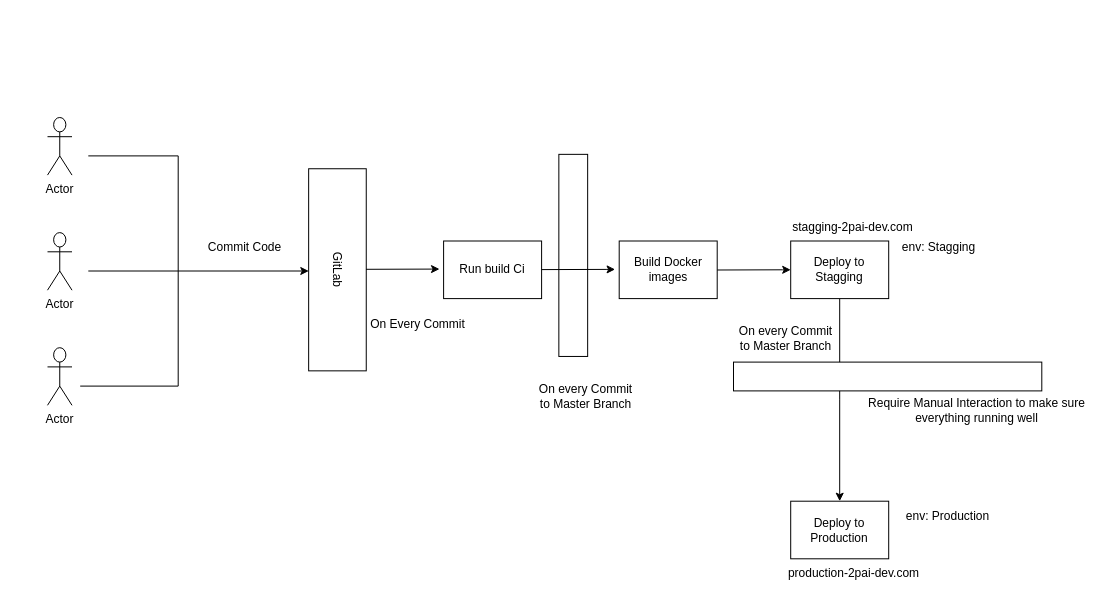
This is Architectural-Design-Test.drawio from chandrafebrian/Architectural-Design-Test-chandra-febrian-efishery, a draw.io file, before an edit. Source tidied: cells renumbered, new cells numbered last; positions are measured from the earlier drawing's top-left corner, leaving out a move shared by most shapes. Both pictures are drawn from the tidied source at 100%, with x=0, y=0 at pixel (47, 117).
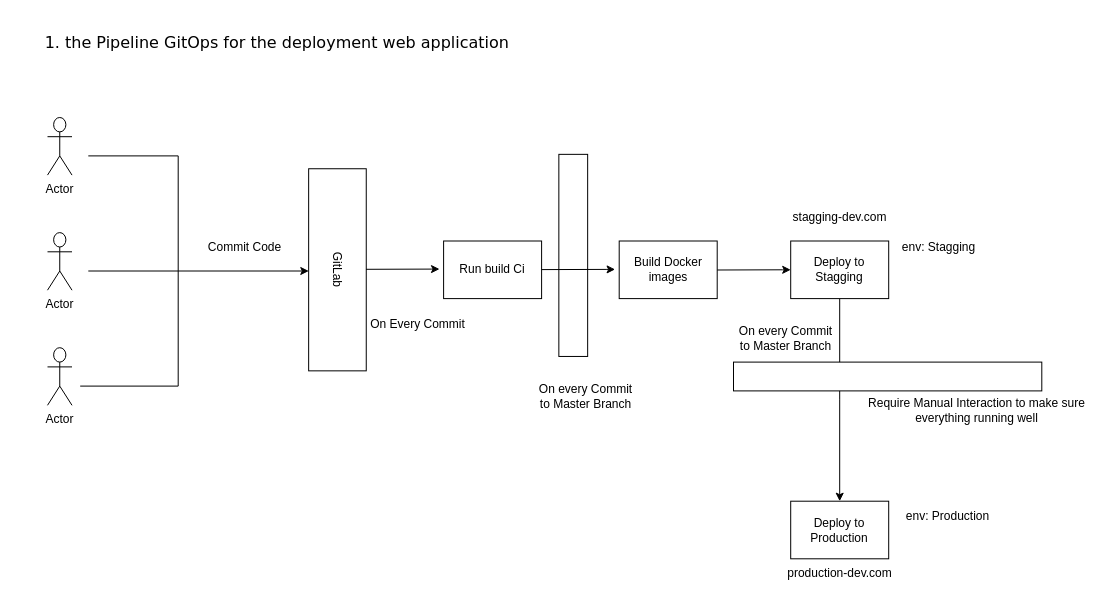
The same diagram, later.

Change to the diagram source:
```diff
@@
     <mxCell id="2" style="group;" parent="1" vertex="1">
-      <mxGeometry width="1004.5" height="470" as="geometry" />
+      <mxGeometry width="1004.5" height="471.2" as="geometry" />
     </mxCell>
@@
-    <mxCell id="29" value="stagging-2pai-dev.com" style="text;html=1;align=center;verticalAlign=middle;strokeColor=none;fillColor=none;" parent="2" vertex="1">
-      <mxGeometry x="735" y="94.7" width="140" height="30" as="geometry" />
+    <mxCell id="29" value="stagging-dev.com" style="text;html=1;align=center;verticalAlign=middle;strokeColor=none;fillColor=none;" parent="2" vertex="1">
+      <mxGeometry x="732.2" y="85.1" width="120" height="30" as="geometry" />
     </mxCell>
-    <mxCell id="30" value="production-2pai-dev.com" style="text;html=1;align=center;verticalAlign=middle;strokeColor=none;fillColor=none;" parent="2" vertex="1">
-      <mxGeometry x="730.9" y="441.2" width="150" height="30" as="geometry" />
+    <mxCell id="30" value="production-dev.com" style="text;html=1;align=center;verticalAlign=middle;strokeColor=none;fillColor=none;" parent="2" vertex="1">
+      <mxGeometry x="727.2" y="441.2" width="130" height="30" as="geometry" />
     </mxCell>
+    <mxCell id="31" value="&lt;div style=&quot;text-align: start;&quot; title=&quot;Page 2&quot; class=&quot;page&quot;&gt;&lt;div style=&quot;background-color: rgb(255, 255, 255);&quot; class=&quot;section&quot;&gt;&lt;div class=&quot;layoutArea&quot;&gt;&lt;div class=&quot;column&quot;&gt;&lt;ol&gt;&lt;li style=&quot;font-size: 12pt; font-family: Verdana;&quot;&gt;&lt;p&gt;&lt;span style=&quot;font-size: 12pt;&quot;&gt;the Pipeline GitOps for the deployment web application&lt;/span&gt;&lt;/p&gt;&lt;/li&gt;&lt;/ol&gt;&lt;/div&gt;&lt;/div&gt;&lt;/div&gt;&lt;/div&gt;" style="text;html=1;strokeColor=none;fillColor=none;align=center;verticalAlign=middle;whiteSpace=wrap;rounded=0;" parent="1" vertex="1">
+      <mxGeometry x="-30" y="-90" width="500" height="30" as="geometry" />
+    </mxCell>
```
